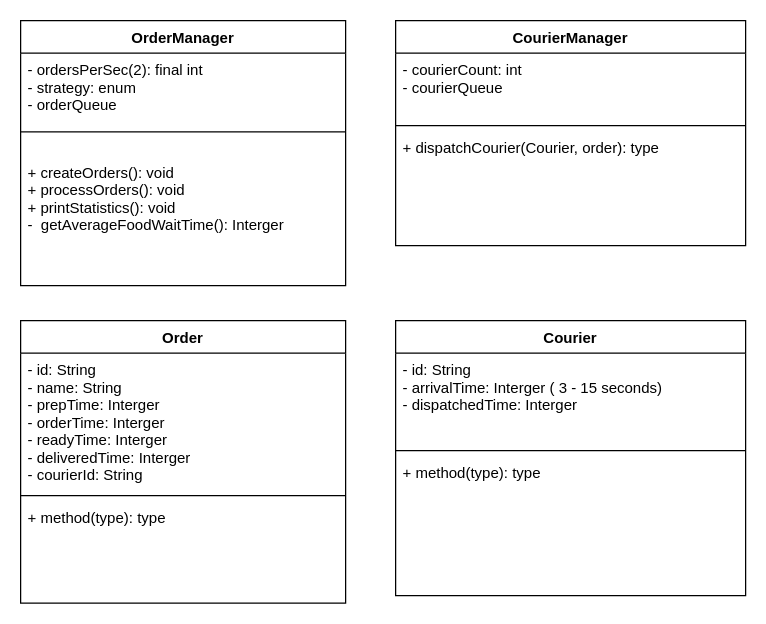
Before: orderDeliveryMgr.drawio in wlijiancp4mcm/diagrams, a draw.io diagram. Source tidied: cells renumbered, new cells numbered last; positions are measured from the earlier drawing's top-left corner, leaving out a move shared by most shapes. Both pictures are drawn from the tidied source at 125%, with x=0, y=0 at pixel (20, 20).
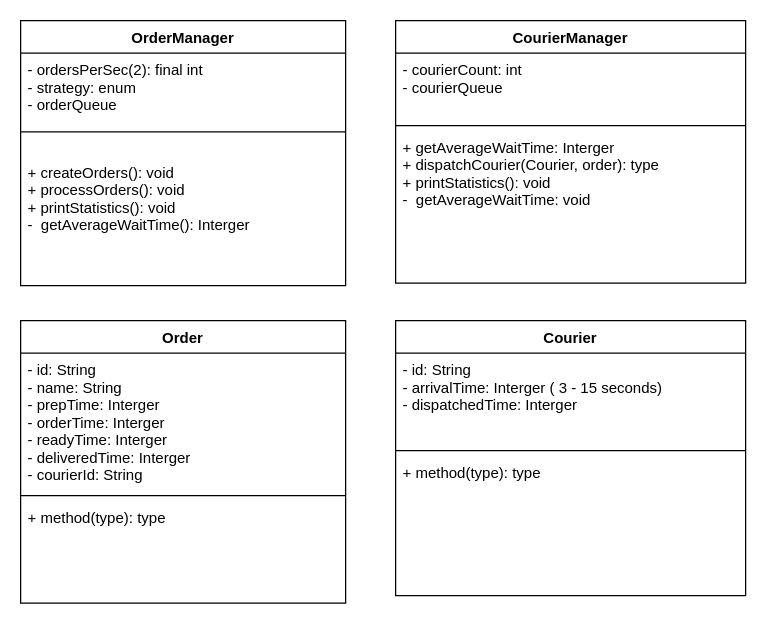
The same diagram, later.

What changed in the source:
```diff
@@
 <mxGraphModel>
   <root>
     <mxCell id="0" />
     <mxCell id="1" parent="0" />
     <mxCell id="2" value="Order" style="swimlane;fontStyle=1;align=center;verticalAlign=top;horizontal=1;startSize=26;" parent="1" vertex="1">
       <mxGeometry y="240" width="260" height="226" as="geometry" />
     </mxCell>
     <mxCell id="3" value="- id: String&#10;- name: String&#10;- prepTime: Interger&#10;- orderTime: Interger&#10;- readyTime: Interger&#10;- deliveredTime: Interger&#10;- courierId: String&#10;&#10;&#10;&#10;" style="text;strokeColor=none;fillColor=none;align=left;verticalAlign=top;spacingLeft=4;spacingRight=4;overflow=hidden;" parent="2" vertex="1">
       <mxGeometry y="26" width="260" height="110" as="geometry" />
     </mxCell>
     <mxCell id="4" style="line;strokeWidth=1;fillColor=none;align=left;verticalAlign=middle;spacingTop=-1;spacingLeft=3;spacingRight=3;labelPosition=right;" parent="2" vertex="1">
       <mxGeometry y="136" width="260" height="8" as="geometry" />
     </mxCell>
     <mxCell id="5" value="+ method(type): type" style="text;strokeColor=none;fillColor=none;align=left;verticalAlign=top;spacingLeft=4;spacingRight=4;overflow=hidden;" parent="2" vertex="1">
       <mxGeometry y="144" width="260" height="82" as="geometry" />
     </mxCell>
     <mxCell id="6" value="Courier" style="swimlane;fontStyle=1;align=center;verticalAlign=top;horizontal=1;startSize=26;" parent="1" vertex="1">
       <mxGeometry x="300" y="240" width="280" height="220" as="geometry" />
     </mxCell>
     <mxCell id="7" value="- id: String&#10;- arrivalTime: Interger ( 3 - 15 seconds)&#10;- dispatchedTime: Interger&#10;&#10;" style="text;strokeColor=none;fillColor=none;align=left;verticalAlign=top;spacingLeft=4;spacingRight=4;overflow=hidden;" parent="6" vertex="1">
       <mxGeometry y="26" width="280" height="74" as="geometry" />
     </mxCell>
     <mxCell id="8" style="line;strokeWidth=1;fillColor=none;align=left;verticalAlign=middle;spacingTop=-1;spacingLeft=3;spacingRight=3;labelPosition=right;" parent="6" vertex="1">
       <mxGeometry y="100" width="280" height="8" as="geometry" />
     </mxCell>
     <mxCell id="9" value="+ method(type): type" style="text;strokeColor=none;fillColor=none;align=left;verticalAlign=top;spacingLeft=4;spacingRight=4;overflow=hidden;" parent="6" vertex="1">
       <mxGeometry y="108" width="280" height="112" as="geometry" />
     </mxCell>
     <mxCell id="10" value="OrderManager" style="swimlane;fontStyle=1;align=center;verticalAlign=top;horizontal=1;startSize=26;" parent="1" vertex="1">
       <mxGeometry width="260" height="212" as="geometry" />
     </mxCell>
     <mxCell id="11" value="- ordersPerSec(2): final int&#10;- strategy: enum&#10;- orderQueue&#10;&#10;" style="text;strokeColor=none;fillColor=none;align=left;verticalAlign=top;spacingLeft=4;spacingRight=4;overflow=hidden;" parent="10" vertex="1">
       <mxGeometry y="26" width="260" height="44" as="geometry" />
     </mxCell>
     <mxCell id="12" style="line;strokeWidth=1;fillColor=none;align=left;verticalAlign=middle;spacingTop=-1;spacingLeft=3;spacingRight=3;labelPosition=right;" parent="10" vertex="1">
       <mxGeometry y="70" width="260" height="38" as="geometry" />
     </mxCell>
-    <mxCell id="13" value="+ createOrders(): void&#10;+ processOrders(): void&#10;+ printStatistics(): void&#10;-  getAverageFoodWaitTime(): Interger&#10;&#10;&#10;" style="text;strokeColor=none;fillColor=none;align=left;verticalAlign=top;spacingLeft=4;spacingRight=4;overflow=hidden;" parent="10" vertex="1">
+    <mxCell id="13" value="+ createOrders(): void&#10;+ processOrders(): void&#10;+ printStatistics(): void&#10;-  getAverageWaitTime(): Interger&#10;&#10;&#10;" style="text;strokeColor=none;fillColor=none;align=left;verticalAlign=top;spacingLeft=4;spacingRight=4;overflow=hidden;" parent="10" vertex="1">
       <mxGeometry y="108" width="260" height="104" as="geometry" />
     </mxCell>
     <mxCell id="14" value="CourierManager" style="swimlane;fontStyle=1;align=center;verticalAlign=top;horizontal=1;startSize=26;" parent="1" vertex="1">
-      <mxGeometry x="300" width="280" height="180" as="geometry" />
+      <mxGeometry x="300" width="280" height="210" as="geometry" />
     </mxCell>
     <mxCell id="15" value="- courierCount: int&#10;- courierQueue&#10;" style="text;strokeColor=none;fillColor=none;align=left;verticalAlign=top;spacingLeft=4;spacingRight=4;overflow=hidden;" parent="14" vertex="1">
       <mxGeometry y="26" width="280" height="54" as="geometry" />
     </mxCell>
     <mxCell id="16" style="line;strokeWidth=1;fillColor=none;align=left;verticalAlign=middle;spacingTop=-1;spacingLeft=3;spacingRight=3;labelPosition=right;" parent="14" vertex="1">
       <mxGeometry y="80" width="280" height="8" as="geometry" />
     </mxCell>
-    <mxCell id="17" value="+ dispatchCourier(Courier, order): type" style="text;strokeColor=none;fillColor=none;align=left;verticalAlign=top;spacingLeft=4;spacingRight=4;overflow=hidden;" parent="14" vertex="1">
-      <mxGeometry y="88" width="280" height="92" as="geometry" />
+    <mxCell id="17" value="+ getAverageWaitTime: Interger&#10;+ dispatchCourier(Courier, order): type&#10;+ printStatistics(): void&#10;-  getAverageWaitTime: void&#10;" style="text;strokeColor=none;fillColor=none;align=left;verticalAlign=top;spacingLeft=4;spacingRight=4;overflow=hidden;" parent="14" vertex="1">
+      <mxGeometry y="88" width="280" height="122" as="geometry" />
     </mxCell>
   </root>
 </mxGraphModel>
```
